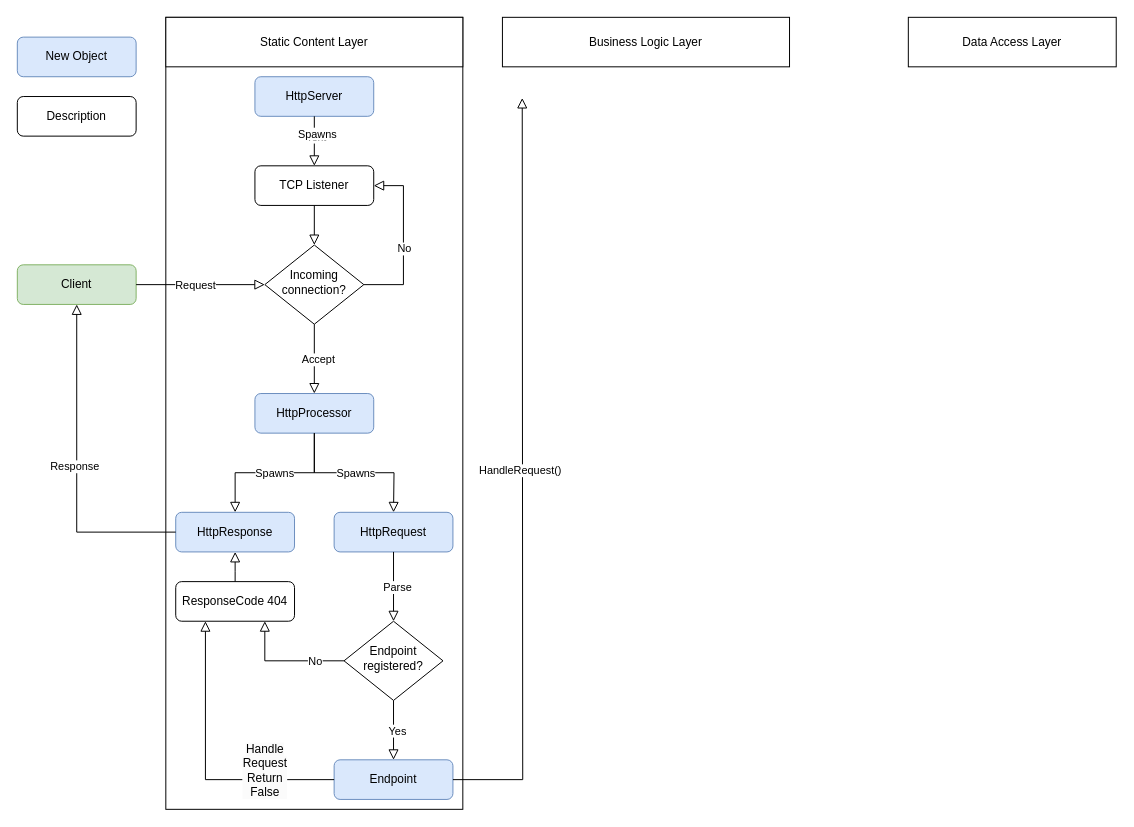
LaurinGob/Sports_Exercise_Battle keeps this draw.io diagram as _documentation/HTTPServerSEB_FlowChart.drawio. Above is the earlier version. Source tidied: cells renumbered, new cells numbered last; positions are measured from the earlier drawing's top-left corner, leaving out a move shared by most shapes. Both pictures are drawn from the tidied source at 99%, with x=0, y=0 at pixel (17, 17).
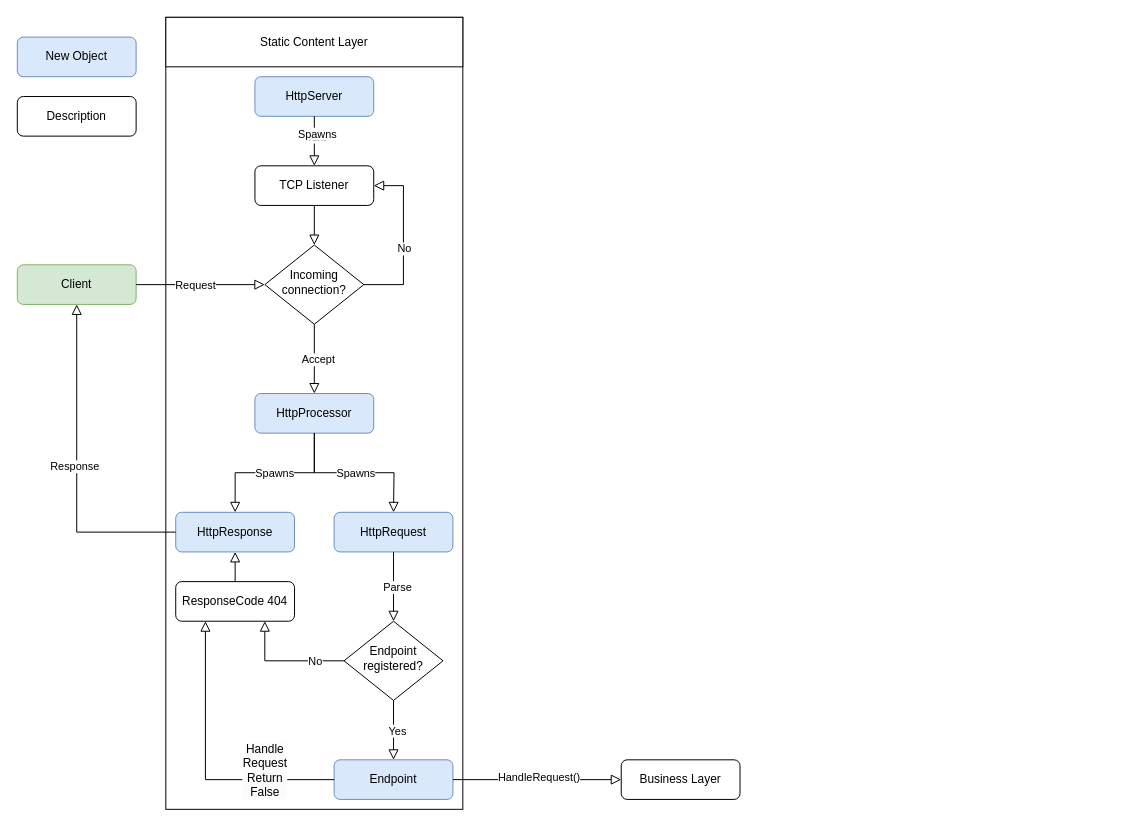
The same diagram, later.

The change refers to these unchanged cells:
```xml
<mxCell id="29" value="Endpoint" style="rounded=1;whiteSpace=wrap;html=1;fontSize=12;glass=0;strokeWidth=1;shadow=0;fillColor=#dae8fc;strokeColor=#6c8ebf;" parent="1" vertex="1">
  <mxGeometry x="320" y="750" width="120" height="40" as="geometry" />
</mxCell>
```

Diff of the diagram source:
```diff
@@
-    <mxCell id="41" style="rounded=0;html=1;jettySize=auto;fontSize=11;endArrow=block;endFill=0;endSize=8;strokeWidth=1;shadow=0;labelBackgroundColor=none;edgeStyle=orthogonalEdgeStyle;exitX=1;exitY=0.5;exitDx=0;exitDy=0;" parent="1" edge="1" source="29">
+    <mxCell id="41" style="rounded=0;html=1;jettySize=auto;fontSize=11;endArrow=block;endFill=0;endSize=8;strokeWidth=1;shadow=0;labelBackgroundColor=none;edgeStyle=orthogonalEdgeStyle;exitX=1;exitY=0.5;exitDx=0;exitDy=0;entryX=0;entryY=0.5;entryDx=0;entryDy=0;" parent="1" edge="1" source="29" target="45">
       <mxGeometry relative="1" as="geometry">
-        <mxPoint x="510" y="81.5" as="targetPoint" />
+        <Array as="points">
+          <mxPoint x="560" y="770" />
+          <mxPoint x="560" y="770" />
+        </Array>
       </mxGeometry>
     </mxCell>
@@
-    <mxCell id="43" value="Business Logic Layer" style="rounded=0;whiteSpace=wrap;html=1;" parent="1" vertex="1">
-      <mxGeometry x="490" width="290" height="50" as="geometry" />
-    </mxCell>
-    <mxCell id="44" value="Data Access Layer" style="rounded=0;whiteSpace=wrap;html=1;" parent="1" vertex="1">
-      <mxGeometry x="900" width="210" height="50" as="geometry" />
-    </mxCell>
+    <mxCell id="45" value="Business Layer" style="rounded=1;whiteSpace=wrap;html=1;fontSize=12;glass=0;strokeWidth=1;shadow=0;" parent="1" vertex="1">
+      <mxGeometry x="610" y="750" width="120" height="40" as="geometry" />
+    </mxCell>
```
